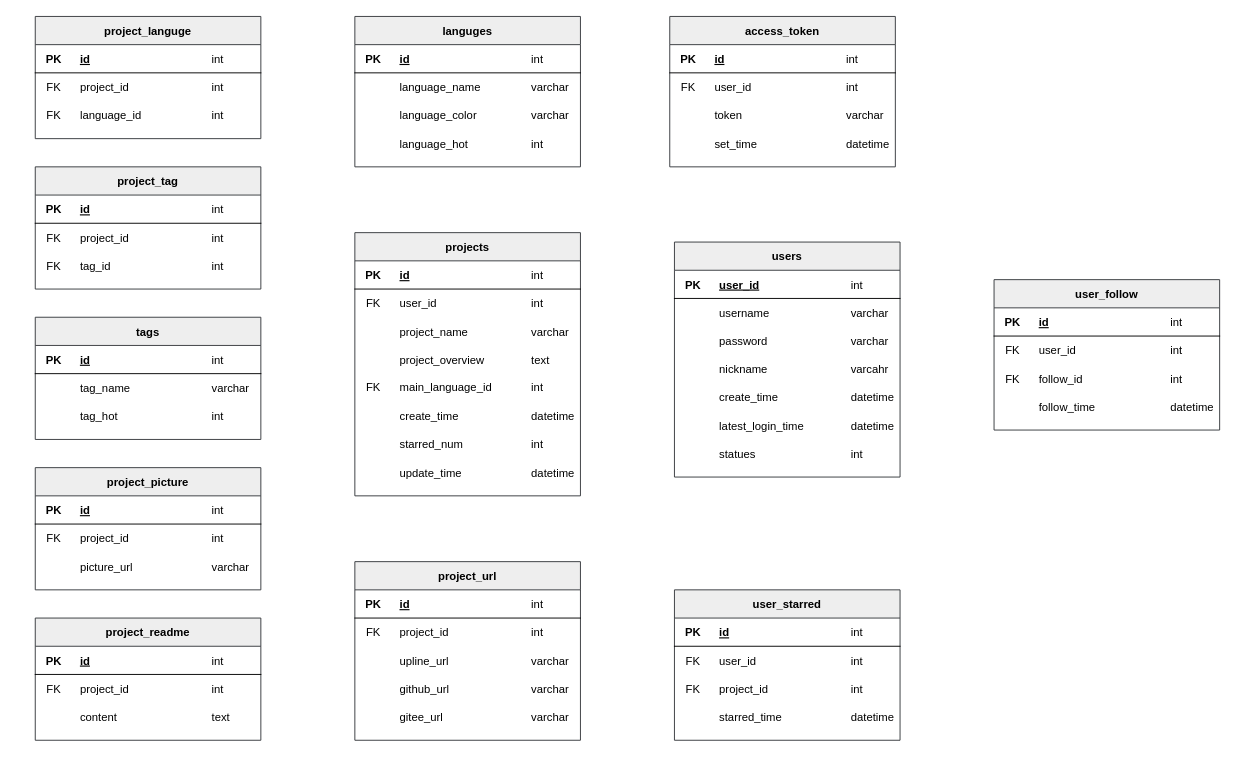
Earlier version of the draw.io diagram E-RDiagram.drawio (zhouxusoft/ProjectDisplayPlatform). Source tidied: cells renumbered, new cells numbered last; positions are measured from the earlier drawing's top-left corner, leaving out a move shared by most shapes. Both pictures are drawn from the tidied source at 94%, with x=0, y=0 at pixel (35, 16).
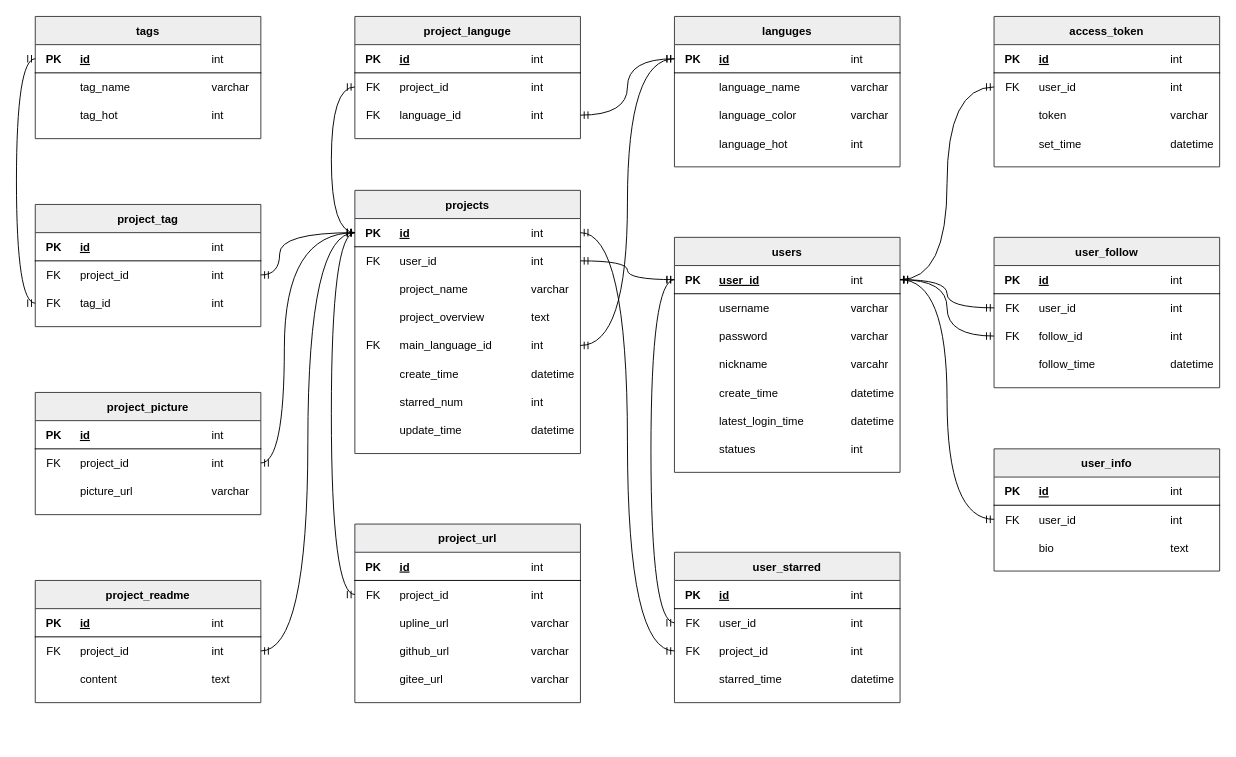
Above is the later version.

The change refers to these unchanged cells:
```xml
<mxCell id="3" style="shape=partialRectangle;fillColor=none;points=[[0,0.5],[1,0.5]];portConstraint=eastwest;top=0;left=0;right=0;bottom=1;" parent="2" vertex="1">
  <mxGeometry y="30" width="240" height="30" as="geometry" />
</mxCell>
<mxCell id="7" style="shape=partialRectangle;fillColor=none;points=[[0,0.5],[1,0.5]];portConstraint=eastwest;top=0;left=0;right=0;bottom=0;" parent="2" vertex="1">
  <mxGeometry y="60" width="240" height="30" as="geometry" />
</mxCell>
<mxCell id="19" style="shape=tableRow;horizontal=0;startSize=0;swimlaneHead=0;swimlaneBody=0;fillColor=none;points=[[0,0.5],[1,0.5]];portConstraint=eastwest;top=0;left=0;right=0;bottom=0;" parent="2" vertex="1">
  <mxGeometry y="150" width="240" height="30" as="geometry" />
</mxCell>
<mxCell id="36" style="shape=partialRectangle;fillColor=none;points=[[0,0.5],[1,0.5]];portConstraint=eastwest;top=0;left=0;right=0;bottom=1;" parent="35" vertex="1">
  <mxGeometry y="30" width="240" height="30" as="geometry" />
</mxCell>
<mxCell id="49" style="shape=partialRectangle;fillColor=none;points=[[0,0.5],[1,0.5]];portConstraint=eastwest;top=0;left=0;right=0;bottom=1;" parent="48" vertex="1">
  <mxGeometry y="30" width="240" height="30" as="geometry" />
</mxCell>
<mxCell id="70" style="shape=partialRectangle;fillColor=none;points=[[0,0.5],[1,0.5]];portConstraint=eastwest;top=0;left=0;right=0;bottom=0;" parent="65" vertex="1">
  <mxGeometry y="60" width="240" height="30" as="geometry" />
</mxCell>
<mxCell id="74" style="shape=partialRectangle;fillColor=none;points=[[0,0.5],[1,0.5]];portConstraint=eastwest;top=0;left=0;right=0;bottom=0;" parent="65" vertex="1">
  <mxGeometry y="90" width="240" height="30" as="geometry" />
</mxCell>
<mxCell id="83" style="shape=partialRectangle;fillColor=none;points=[[0,0.5],[1,0.5]];portConstraint=eastwest;top=0;left=0;right=0;bottom=0;" parent="78" vertex="1">
  <mxGeometry y="60" width="240" height="30" as="geometry" />
</mxCell>
<mxCell id="87" style="shape=partialRectangle;fillColor=none;points=[[0,0.5],[1,0.5]];portConstraint=eastwest;top=0;left=0;right=0;bottom=0;" parent="78" vertex="1">
  <mxGeometry y="90" width="240" height="30" as="geometry" />
</mxCell>
<mxCell id="96" style="shape=partialRectangle;fillColor=none;points=[[0,0.5],[1,0.5]];portConstraint=eastwest;top=0;left=0;right=0;bottom=0;" parent="91" vertex="1">
  <mxGeometry y="60" width="240" height="30" as="geometry" />
</mxCell>
<mxCell id="117" style="shape=partialRectangle;fillColor=none;points=[[0,0.5],[1,0.5]];portConstraint=eastwest;top=0;left=0;right=0;bottom=0;" parent="112" vertex="1">
  <mxGeometry y="60" width="240" height="30" as="geometry" />
</mxCell>
<mxCell id="130" style="shape=partialRectangle;fillColor=none;points=[[0,0.5],[1,0.5]];portConstraint=eastwest;top=0;left=0;right=0;bottom=0;" parent="125" vertex="1">
  <mxGeometry y="60" width="240" height="30" as="geometry" />
</mxCell>
<mxCell id="139" style="shape=partialRectangle;fillColor=none;points=[[0,0.5],[1,0.5]];portConstraint=eastwest;top=0;left=0;right=0;bottom=1;" parent="138" vertex="1">
  <mxGeometry y="30" width="240" height="30" as="geometry" />
</mxCell>
<mxCell id="172" style="shape=partialRectangle;fillColor=none;points=[[0,0.5],[1,0.5]];portConstraint=eastwest;top=0;left=0;right=0;bottom=0;" parent="167" vertex="1">
  <mxGeometry y="60" width="240" height="30" as="geometry" />
</mxCell>
<mxCell id="189" style="shape=partialRectangle;fillColor=none;points=[[0,0.5],[1,0.5]];portConstraint=eastwest;top=0;left=0;right=0;bottom=0;" parent="184" vertex="1">
  <mxGeometry y="60" width="240" height="30" as="geometry" />
</mxCell>
<mxCell id="193" style="shape=partialRectangle;fillColor=none;points=[[0,0.5],[1,0.5]];portConstraint=eastwest;top=0;left=0;right=0;bottom=0;" parent="184" vertex="1">
  <mxGeometry y="90" width="240" height="30" as="geometry" />
</mxCell>
<mxCell id="206" style="shape=partialRectangle;fillColor=none;points=[[0,0.5],[1,0.5]];portConstraint=eastwest;top=0;left=0;right=0;bottom=0;" parent="201" vertex="1">
  <mxGeometry y="60" width="240" height="30" as="geometry" />
</mxCell>
<mxCell id="210" style="shape=partialRectangle;fillColor=none;points=[[0,0.5],[1,0.5]];portConstraint=eastwest;top=0;left=0;right=0;bottom=0;" parent="201" vertex="1">
  <mxGeometry y="90" width="240" height="30" as="geometry" />
</mxCell>
```

What changed in the source:
```diff
@@
     <mxCell id="2" value="projects" style="shape=table;startSize=30;childLayout=tableLayout;rowLines=0;fontStyle=1;align=center;shadow=0;rounded=0;swimlaneLine=1;columnLines=0;labelBorderColor=none;bottom=1;left=1;right=1;fillStyle=auto;fillColor=#eeeeee;strokeColor=#36393d;" parent="1" vertex="1">
-      <mxGeometry x="340" y="230" width="240" height="280" as="geometry" />
+      <mxGeometry x="340" y="185" width="240" height="280" as="geometry" />
     </mxCell>
@@
     <mxCell id="35" value="tags" style="shape=table;startSize=30;childLayout=tableLayout;rowLines=0;fontStyle=1;align=center;shadow=0;rounded=0;swimlaneLine=1;columnLines=0;labelBorderColor=none;bottom=1;left=1;right=1;fillStyle=auto;fillColor=#eeeeee;strokeColor=#36393d;" parent="1" vertex="1">
-      <mxGeometry y="320" width="240" height="130" as="geometry" />
+      <mxGeometry width="240" height="130" as="geometry" />
     </mxCell>
@@
     <mxCell id="48" value="languges" style="shape=table;startSize=30;childLayout=tableLayout;rowLines=0;fontStyle=1;align=center;shadow=0;rounded=0;swimlaneLine=1;columnLines=0;labelBorderColor=none;bottom=1;left=1;right=1;fillStyle=auto;fillColor=#eeeeee;strokeColor=#36393d;" parent="1" vertex="1">
-      <mxGeometry x="340" width="240" height="160" as="geometry" />
+      <mxGeometry x="680" width="240" height="160" as="geometry" />
     </mxCell>
@@
     <mxCell id="65" value="project_tag" style="shape=table;startSize=30;childLayout=tableLayout;rowLines=0;fontStyle=1;align=center;shadow=0;rounded=0;swimlaneLine=1;columnLines=0;labelBorderColor=none;bottom=1;left=1;right=1;fillStyle=auto;fillColor=#eeeeee;strokeColor=#36393d;" parent="1" vertex="1">
-      <mxGeometry y="160" width="240" height="130" as="geometry" />
+      <mxGeometry y="200" width="240" height="130" as="geometry" />
     </mxCell>
@@
     <mxCell id="78" value="project_languge" style="shape=table;startSize=30;childLayout=tableLayout;rowLines=0;fontStyle=1;align=center;shadow=0;rounded=0;swimlaneLine=1;columnLines=0;labelBorderColor=none;bottom=1;left=1;right=1;fillStyle=auto;fillColor=#eeeeee;strokeColor=#36393d;" parent="1" vertex="1">
-      <mxGeometry width="240" height="130" as="geometry" />
+      <mxGeometry x="340" width="240" height="130" as="geometry" />
     </mxCell>
@@
     <mxCell id="91" value="project_url" style="shape=table;startSize=30;childLayout=tableLayout;rowLines=0;fontStyle=1;align=center;shadow=0;rounded=0;swimlaneLine=1;columnLines=0;labelBorderColor=none;bottom=1;left=1;right=1;fillStyle=auto;fillColor=#eeeeee;strokeColor=#36393d;" parent="1" vertex="1">
-      <mxGeometry x="340" y="580" width="240" height="190" as="geometry" />
+      <mxGeometry x="340" y="540" width="240" height="190" as="geometry" />
     </mxCell>
@@
     <mxCell id="112" value="project_readme" style="shape=table;startSize=30;childLayout=tableLayout;rowLines=0;fontStyle=1;align=center;shadow=0;rounded=0;swimlaneLine=1;columnLines=0;labelBorderColor=none;bottom=1;left=1;right=1;fillStyle=auto;fillColor=#eeeeee;strokeColor=#36393d;" parent="1" vertex="1">
-      <mxGeometry y="640" width="240" height="130" as="geometry" />
+      <mxGeometry y="600" width="240" height="130" as="geometry" />
     </mxCell>
@@
     <mxCell id="125" value="project_picture" style="shape=table;startSize=30;childLayout=tableLayout;rowLines=0;fontStyle=1;align=center;shadow=0;rounded=0;swimlaneLine=1;columnLines=0;labelBorderColor=none;bottom=1;left=1;right=1;fillStyle=auto;fillColor=#eeeeee;strokeColor=#36393d;" parent="1" vertex="1">
-      <mxGeometry y="480" width="240" height="130" as="geometry" />
+      <mxGeometry y="400" width="240" height="130" as="geometry" />
     </mxCell>
@@
     <mxCell id="138" value="users" style="shape=table;startSize=30;childLayout=tableLayout;rowLines=0;fontStyle=1;align=center;shadow=0;rounded=0;swimlaneLine=1;columnLines=0;labelBorderColor=none;bottom=1;left=1;right=1;fillStyle=auto;fillColor=#eeeeee;strokeColor=#36393d;" parent="1" vertex="1">
-      <mxGeometry x="680" y="240" width="240" height="250" as="geometry" />
+      <mxGeometry x="680" y="235" width="240" height="250" as="geometry" />
     </mxCell>
@@
     <mxCell id="167" value="access_token" style="shape=table;startSize=30;childLayout=tableLayout;rowLines=0;fontStyle=1;align=center;shadow=0;rounded=0;swimlaneLine=1;columnLines=0;labelBorderColor=none;bottom=1;left=1;right=1;fillStyle=auto;fillColor=#eeeeee;strokeColor=#36393d;" parent="1" vertex="1">
-      <mxGeometry x="675" width="240" height="160" as="geometry" />
+      <mxGeometry x="1020" width="240" height="160" as="geometry" />
     </mxCell>
@@
     <mxCell id="184" value="user_follow" style="shape=table;startSize=30;childLayout=tableLayout;rowLines=0;fontStyle=1;align=center;shadow=0;rounded=0;swimlaneLine=1;columnLines=0;labelBorderColor=none;bottom=1;left=1;right=1;fillStyle=auto;fillColor=#eeeeee;strokeColor=#36393d;" parent="1" vertex="1">
-      <mxGeometry x="1020" y="280" width="240" height="160" as="geometry" />
+      <mxGeometry x="1020" y="235" width="240" height="160" as="geometry" />
     </mxCell>
@@
     <mxCell id="201" value="user_starred" style="shape=table;startSize=30;childLayout=tableLayout;rowLines=0;fontStyle=1;align=center;shadow=0;rounded=0;swimlaneLine=1;columnLines=0;labelBorderColor=none;bottom=1;left=1;right=1;fillStyle=auto;fillColor=#eeeeee;strokeColor=#36393d;" parent="1" vertex="1">
-      <mxGeometry x="680" y="610" width="240" height="160" as="geometry" />
+      <mxGeometry x="680" y="570" width="240" height="160" as="geometry" />
     </mxCell>
@@
+    <mxCell id="218" value="user_info" style="shape=table;startSize=30;childLayout=tableLayout;rowLines=0;fontStyle=1;align=center;shadow=0;rounded=0;swimlaneLine=1;columnLines=0;labelBorderColor=none;bottom=1;left=1;right=1;fillStyle=auto;fillColor=#eeeeee;strokeColor=#36393d;" parent="1" vertex="1">
+      <mxGeometry x="1020" y="460" width="240" height="130" as="geometry" />
+    </mxCell>
+    <mxCell id="219" style="shape=partialRectangle;fillColor=none;top=0;left=0;right=0;bottom=1;" parent="218" vertex="1">
+      <mxGeometry y="30" width="240" height="30" as="geometry" />
+    </mxCell>
+    <mxCell id="220" value="PK" style="shape=partialRectangle;overflow=hidden;fillColor=none;top=0;left=0;bottom=0;right=0;fontStyle=1;" parent="219" vertex="1">
+      <mxGeometry width="40" height="30" as="geometry" />
+    </mxCell>
+    <mxCell id="221" value="id" style="shape=partialRectangle;overflow=hidden;fillColor=none;top=0;left=0;bottom=0;right=0;align=left;spacingLeft=6;fontStyle=5;" parent="219" vertex="1">
+      <mxGeometry x="40" width="140" height="30" as="geometry" />
+    </mxCell>
+    <mxCell id="222" value="int" style="shape=partialRectangle;overflow=hidden;fillColor=none;top=0;left=0;bottom=0;right=0;align=left;spacingLeft=6;fontStyle=0;dashed=1;" parent="219" vertex="1">
+      <mxGeometry x="180" width="60" height="30" as="geometry" />
+    </mxCell>
+    <mxCell id="223" style="shape=partialRectangle;fillColor=none;points=[[0,0.5],[1,0.5]];portConstraint=eastwest;top=0;left=0;right=0;bottom=0;" parent="218" vertex="1">
+      <mxGeometry y="60" width="240" height="30" as="geometry" />
+    </mxCell>
+    <mxCell id="224" value="FK" style="shape=partialRectangle;overflow=hidden;fillColor=none;top=0;left=0;bottom=0;right=0;" parent="223" vertex="1">
+      <mxGeometry width="40" height="30" as="geometry" />
+    </mxCell>
+    <mxCell id="225" value="user_id" style="shape=partialRectangle;overflow=hidden;fillColor=none;top=0;left=0;bottom=0;right=0;align=left;spacingLeft=6;" parent="223" vertex="1">
+      <mxGeometry x="40" width="140" height="30" as="geometry" />
+    </mxCell>
+    <mxCell id="226" value="int" style="shape=partialRectangle;overflow=hidden;fillColor=none;top=0;left=0;bottom=0;right=0;align=left;spacingLeft=6;dashed=1;" parent="223" vertex="1">
+      <mxGeometry x="180" width="60" height="30" as="geometry" />
+    </mxCell>
+    <mxCell id="227" style="shape=partialRectangle;fillColor=none;top=0;left=0;right=0;bottom=0;" parent="218" vertex="1">
+      <mxGeometry y="90" width="240" height="30" as="geometry" />
+    </mxCell>
+    <mxCell id="228" style="shape=partialRectangle;overflow=hidden;fillColor=none;top=0;left=0;bottom=0;right=0;" parent="227" vertex="1">
+      <mxGeometry width="40" height="30" as="geometry" />
+    </mxCell>
+    <mxCell id="229" value="bio" style="shape=partialRectangle;overflow=hidden;fillColor=none;top=0;left=0;bottom=0;right=0;align=left;spacingLeft=6;" parent="227" vertex="1">
+      <mxGeometry x="40" width="140" height="30" as="geometry" />
+    </mxCell>
+    <mxCell id="230" value="text" style="shape=partialRectangle;overflow=hidden;fillColor=none;top=0;left=0;bottom=0;right=0;align=left;spacingLeft=6;" parent="227" vertex="1">
+      <mxGeometry x="180" width="60" height="30" as="geometry" />
+    </mxCell>
+    <mxCell id="231" style="edgeStyle=orthogonalEdgeStyle;fontSize=12;html=1;endArrow=ERmandOne;startArrow=ERmandOne;rounded=0;exitX=0;exitY=0.5;exitDx=0;exitDy=0;curved=1;" parent="1" edge="1" source="223" target="139">
+      <mxGeometry relative="1" as="geometry" />
+    </mxCell>
+    <mxCell id="232" style="edgeStyle=orthogonalEdgeStyle;fontSize=12;html=1;endArrow=ERmandOne;startArrow=ERmandOne;rounded=0;entryX=0;entryY=0.5;entryDx=0;entryDy=0;exitX=1;exitY=0.5;exitDx=0;exitDy=0;curved=1;" parent="1" edge="1" source="139" target="172">
+      <mxGeometry relative="1" as="geometry" />
+    </mxCell>
+    <mxCell id="233" style="fontSize=12;html=1;endArrow=ERmandOne;startArrow=ERmandOne;rounded=0;exitX=0;exitY=0.5;exitDx=0;exitDy=0;entryX=0;entryY=0.5;entryDx=0;entryDy=0;edgeStyle=orthogonalEdgeStyle;curved=1;" parent="1" edge="1" source="96" target="3">
+      <mxGeometry relative="1" as="geometry">
+        <Array as="points">
+          <mxPoint x="315" y="615" />
+          <mxPoint x="315" y="230" />
+        </Array>
+      </mxGeometry>
+    </mxCell>
+    <mxCell id="234" style="edgeStyle=orthogonalEdgeStyle;fontSize=12;html=1;endArrow=ERmandOne;startArrow=ERmandOne;rounded=0;entryX=0;entryY=0.5;entryDx=0;entryDy=0;exitX=1;exitY=0.5;exitDx=0;exitDy=0;curved=1;" parent="1" edge="1" source="7" target="139">
+      <mxGeometry relative="1" as="geometry" />
+    </mxCell>
+    <mxCell id="235" style="edgeStyle=orthogonalEdgeStyle;fontSize=12;html=1;endArrow=ERmandOne;startArrow=ERmandOne;rounded=0;entryX=1;entryY=0.5;entryDx=0;entryDy=0;exitX=0;exitY=0.5;exitDx=0;exitDy=0;curved=1;" parent="1" edge="1" source="49" target="19">
+      <mxGeometry relative="1" as="geometry" />
+    </mxCell>
+    <mxCell id="236" style="edgeStyle=orthogonalEdgeStyle;fontSize=12;html=1;endArrow=ERmandOne;startArrow=ERmandOne;rounded=0;entryX=0;entryY=0.5;entryDx=0;entryDy=0;curved=1;" parent="1" edge="1" source="87" target="49">
+      <mxGeometry relative="1" as="geometry" />
+    </mxCell>
+    <mxCell id="237" style="edgeStyle=orthogonalEdgeStyle;fontSize=12;html=1;endArrow=ERmandOne;startArrow=ERmandOne;rounded=0;entryX=0;entryY=0.5;entryDx=0;entryDy=0;exitX=0;exitY=0.5;exitDx=0;exitDy=0;jumpStyle=arc;curved=1;" parent="1" edge="1" source="3" target="83">
+      <mxGeometry relative="1" as="geometry">
+        <Array as="points">
+          <mxPoint x="315" y="230" />
+          <mxPoint x="315" y="75" />
+        </Array>
+      </mxGeometry>
+    </mxCell>
+    <mxCell id="238" style="edgeStyle=orthogonalEdgeStyle;fontSize=12;html=1;endArrow=ERmandOne;startArrow=ERmandOne;rounded=0;entryX=0;entryY=0.5;entryDx=0;entryDy=0;exitX=0;exitY=0.5;exitDx=0;exitDy=0;curved=1;" parent="1" edge="1" source="74" target="36">
+      <mxGeometry relative="1" as="geometry">
+        <Array as="points">
+          <mxPoint x="-20" y="305" />
+          <mxPoint x="-20" y="45" />
+        </Array>
+      </mxGeometry>
+    </mxCell>
+    <mxCell id="239" style="edgeStyle=orthogonalEdgeStyle;fontSize=12;html=1;endArrow=ERmandOne;startArrow=ERmandOne;rounded=0;entryX=1;entryY=0.5;entryDx=0;entryDy=0;exitX=0;exitY=0.5;exitDx=0;exitDy=0;curved=1;" parent="1" edge="1" source="3" target="70">
+      <mxGeometry relative="1" as="geometry">
+        <Array as="points">
+          <mxPoint x="260" y="230" />
+          <mxPoint x="260" y="275" />
+        </Array>
+      </mxGeometry>
+    </mxCell>
+    <mxCell id="240" style="edgeStyle=orthogonalEdgeStyle;fontSize=12;html=1;endArrow=ERmandOne;startArrow=ERmandOne;rounded=0;exitX=1;exitY=0.5;exitDx=0;exitDy=0;entryX=0;entryY=0.5;entryDx=0;entryDy=0;curved=1;" parent="1" edge="1" source="130" target="3">
+      <mxGeometry relative="1" as="geometry">
+        <Array as="points">
+          <mxPoint x="265" y="475" />
+          <mxPoint x="265" y="230" />
+        </Array>
+      </mxGeometry>
+    </mxCell>
+    <mxCell id="241" style="edgeStyle=orthogonalEdgeStyle;fontSize=12;html=1;endArrow=ERmandOne;startArrow=ERmandOne;rounded=0;exitX=1;exitY=0.5;exitDx=0;exitDy=0;curved=1;" parent="1" edge="1" source="117">
+      <mxGeometry relative="1" as="geometry">
+        <mxPoint x="340" y="230" as="targetPoint" />
+        <Array as="points">
+          <mxPoint x="290" y="675" />
+          <mxPoint x="290" y="230" />
+        </Array>
+      </mxGeometry>
+    </mxCell>
+    <mxCell id="242" style="edgeStyle=orthogonalEdgeStyle;fontSize=12;html=1;endArrow=ERmandOne;startArrow=ERmandOne;rounded=0;exitX=0;exitY=0.5;exitDx=0;exitDy=0;entryX=1;entryY=0.5;entryDx=0;entryDy=0;curved=1;" parent="1" edge="1" source="189" target="139">
+      <mxGeometry relative="1" as="geometry" />
+    </mxCell>
+    <mxCell id="243" style="edgeStyle=orthogonalEdgeStyle;fontSize=12;html=1;endArrow=ERmandOne;startArrow=ERmandOne;rounded=0;entryX=0;entryY=0.5;entryDx=0;entryDy=0;exitX=1;exitY=0.5;exitDx=0;exitDy=0;curved=1;" parent="1" edge="1" source="139" target="193">
+      <mxGeometry relative="1" as="geometry" />
+    </mxCell>
+    <mxCell id="244" style="edgeStyle=orthogonalEdgeStyle;fontSize=12;html=1;endArrow=ERmandOne;startArrow=ERmandOne;rounded=0;entryX=0;entryY=0.5;entryDx=0;entryDy=0;exitX=0;exitY=0.5;exitDx=0;exitDy=0;curved=1;" parent="1" edge="1" source="139" target="206">
+      <mxGeometry relative="1" as="geometry">
+        <Array as="points">
+          <mxPoint x="655" y="280" />
+          <mxPoint x="655" y="645" />
+        </Array>
+      </mxGeometry>
+    </mxCell>
+    <mxCell id="245" style="edgeStyle=orthogonalEdgeStyle;fontSize=12;html=1;endArrow=ERmandOne;startArrow=ERmandOne;rounded=0;entryX=0;entryY=0.5;entryDx=0;entryDy=0;exitX=1;exitY=0.5;exitDx=0;exitDy=0;curved=1;" parent="1" edge="1" source="3" target="210">
+      <mxGeometry relative="1" as="geometry" />
+    </mxCell>
```
